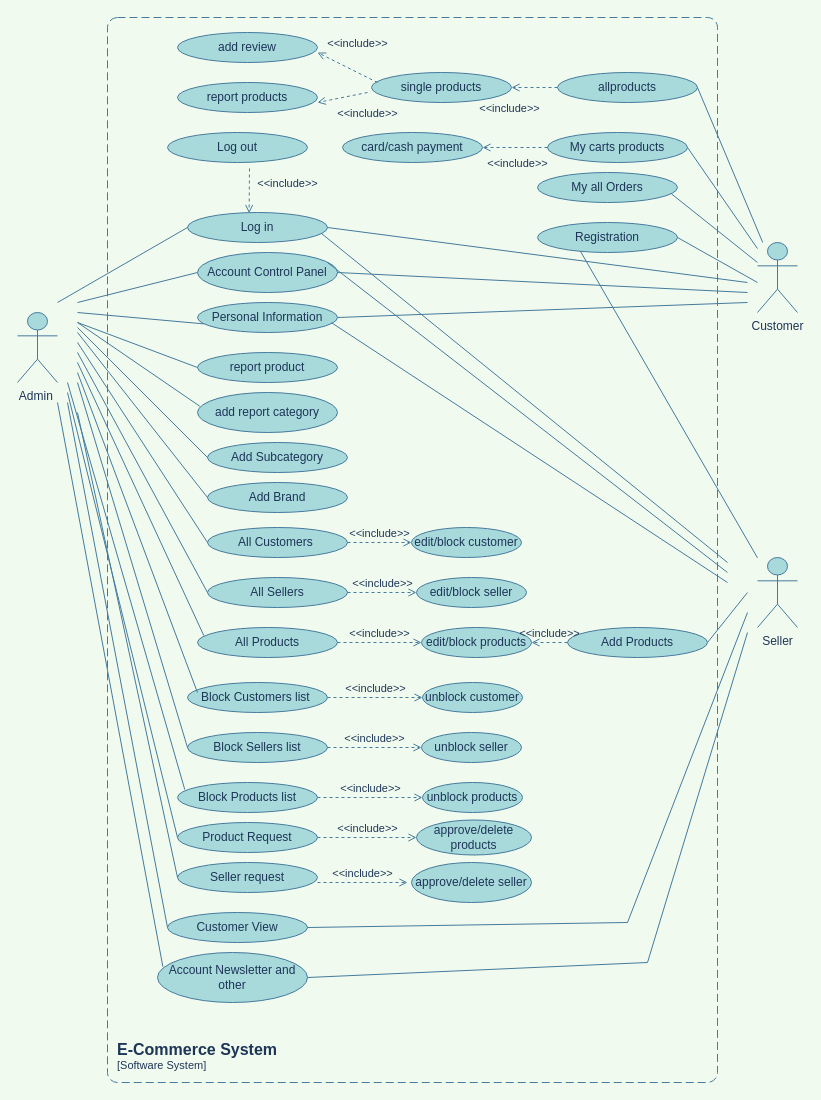
Before: Use Case Diagram.drawio in Nasrinjaha/Click-Collect, a draw.io diagram. Source tidied: cells renumbered, new cells numbered last; positions are measured from the earlier drawing's top-left corner, leaving out a move shared by most shapes. Both pictures are drawn from the tidied source at 100%, with x=0, y=0 at pixel (17, 17).
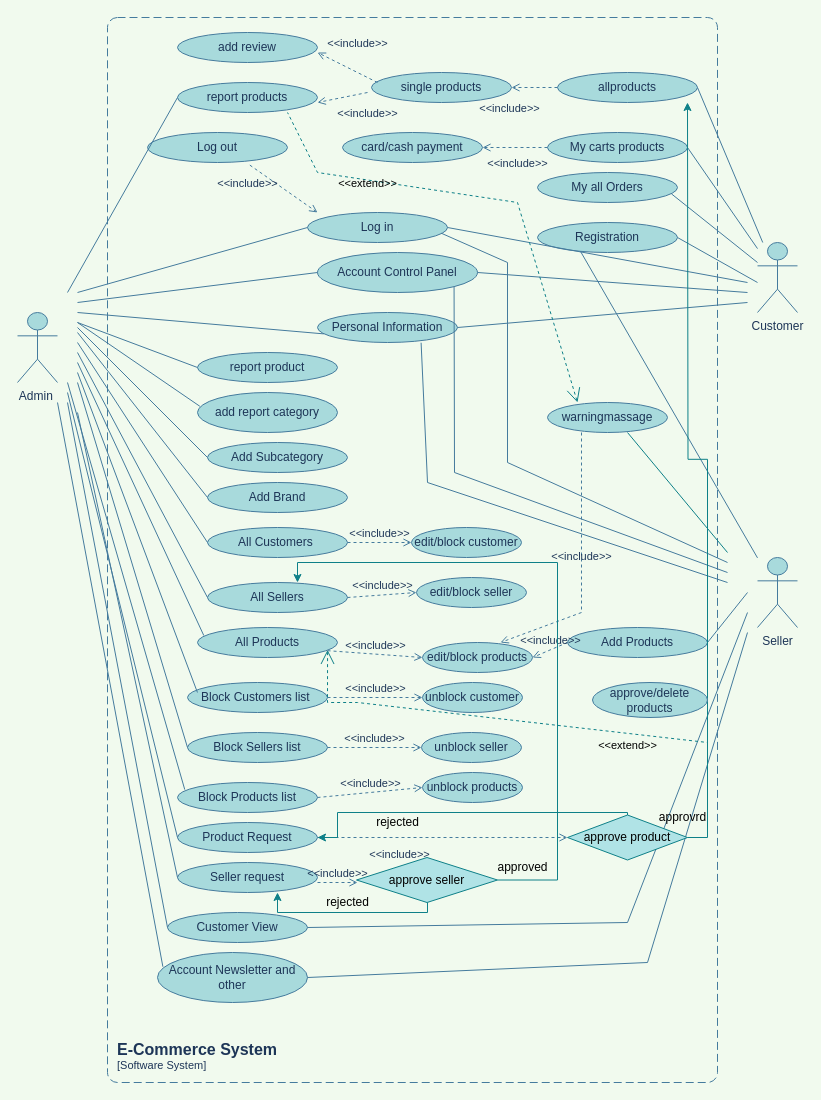
After the change.

The change refers to these unchanged cells:
```xml
<mxCell id="11" value="All Products" style="ellipse;whiteSpace=wrap;html=1;fillColor=#A8DADC;strokeColor=#457B9D;fontColor=#1D3557;" parent="1" vertex="1">
  <mxGeometry x="180" y="610" width="140" height="30" as="geometry" />
</mxCell>
<mxCell id="15" value="Product Request" style="ellipse;whiteSpace=wrap;html=1;fillColor=#A8DADC;strokeColor=#457B9D;fontColor=#1D3557;" parent="1" vertex="1">
  <mxGeometry x="160" y="805" width="140" height="30" as="geometry" />
</mxCell>
<mxCell id="77" value="report products" style="ellipse;whiteSpace=wrap;html=1;fillColor=#A8DADC;strokeColor=#457B9D;fontColor=#1D3557;" parent="1" vertex="1">
  <mxGeometry x="160" y="65" width="140" height="30" as="geometry" />
</mxCell>
```

Change to the diagram source:
```diff
@@
     <mxCell id="5" value="Account Control Panel" style="ellipse;whiteSpace=wrap;html=1;fillColor=#A8DADC;strokeColor=#457B9D;fontColor=#1D3557;" parent="1" vertex="1">
-      <mxGeometry x="180" y="235" width="140" height="40" as="geometry" />
+      <mxGeometry x="300" y="235" width="160" height="40" as="geometry" />
     </mxCell>
     <mxCell id="6" value="Personal Information" style="ellipse;whiteSpace=wrap;html=1;fillColor=#A8DADC;strokeColor=#457B9D;fontColor=#1D3557;" parent="1" vertex="1">
-      <mxGeometry x="180" y="285" width="140" height="30" as="geometry" />
+      <mxGeometry x="300" y="295" width="140" height="30" as="geometry" />
     </mxCell>
@@
     <mxCell id="10" value="All Sellers" style="ellipse;whiteSpace=wrap;html=1;fillColor=#A8DADC;strokeColor=#457B9D;fontColor=#1D3557;" parent="1" vertex="1">
-      <mxGeometry x="190" y="560" width="140" height="30" as="geometry" />
+      <mxGeometry x="190" y="565" width="140" height="30" as="geometry" />
     </mxCell>
@@
     <mxCell id="19" value="Log in" style="ellipse;whiteSpace=wrap;html=1;fillColor=#A8DADC;strokeColor=#457B9D;fontColor=#1D3557;" parent="1" vertex="1">
-      <mxGeometry x="170" y="195" width="140" height="30" as="geometry" />
+      <mxGeometry x="290" y="195" width="140" height="30" as="geometry" />
     </mxCell>
     <mxCell id="20" value="Log out" style="ellipse;whiteSpace=wrap;html=1;fillColor=#A8DADC;strokeColor=#457B9D;fontColor=#1D3557;" parent="1" vertex="1">
-      <mxGeometry x="150" y="115" width="140" height="30" as="geometry" />
+      <mxGeometry x="130" y="115" width="140" height="30" as="geometry" />
     </mxCell>
     <mxCell id="21" style="edgeStyle=none;html=1;endArrow=none;verticalAlign=bottom;rounded=0;entryX=0;entryY=0.5;entryDx=0;entryDy=0;labelBackgroundColor=#F1FAEE;strokeColor=#457B9D;fontColor=#1D3557;" parent="1" edge="1" target="19">
       <mxGeometry relative="1" as="geometry">
-        <mxPoint x="40" y="285" as="sourcePoint" />
+        <mxPoint x="60" y="275" as="sourcePoint" />
       </mxGeometry>
     </mxCell>
@@
     <mxCell id="45" style="edgeStyle=none;html=1;endArrow=none;verticalAlign=bottom;rounded=0;labelBackgroundColor=#F1FAEE;strokeColor=#457B9D;fontColor=#1D3557;exitX=0.954;exitY=0.687;exitDx=0;exitDy=0;exitPerimeter=0;" parent="1" edge="1" source="19">
       <mxGeometry relative="1" as="geometry">
         <mxPoint x="710" y="545" as="targetPoint" />
+        <Array as="points">
+          <mxPoint x="490" y="245" />
+          <mxPoint x="490" y="445" />
+        </Array>
       </mxGeometry>
     </mxCell>
-    <mxCell id="46" value="&amp;lt;&amp;lt;include&amp;gt;&amp;gt;" style="edgeStyle=none;html=1;endArrow=open;verticalAlign=bottom;dashed=1;labelBackgroundColor=none;rounded=0;strokeColor=#457B9D;fontColor=#1D3557;entryX=0.44;entryY=0.02;entryDx=0;entryDy=0;entryPerimeter=0;" parent="1" edge="1" target="19">
-      <mxGeometry x="0.06" y="38" relative="1" as="geometry">
-        <mxPoint x="232" y="151" as="sourcePoint" />
+    <mxCell id="46" value="&amp;lt;&amp;lt;include&amp;gt;&amp;gt;" style="edgeStyle=none;html=1;endArrow=open;verticalAlign=bottom;dashed=1;labelBackgroundColor=none;rounded=0;strokeColor=#457B9D;fontColor=#1D3557;exitX=0.731;exitY=1.087;exitDx=0;exitDy=0;exitPerimeter=0;" parent="1" edge="1" source="20">
+      <mxGeometry x="-0.67" y="-24" relative="1" as="geometry">
+        <mxPoint x="300" y="195" as="targetPoint" />
       </mxGeometry>
     </mxCell>
@@
     <mxCell id="54" value="edit/block products" style="ellipse;whiteSpace=wrap;html=1;fillColor=#A8DADC;strokeColor=#457B9D;fontColor=#1D3557;" parent="1" vertex="1">
-      <mxGeometry x="404" y="610" width="110" height="30" as="geometry" />
+      <mxGeometry x="405" y="625" width="110" height="30" as="geometry" />
     </mxCell>
@@
-    <mxCell id="56" value="&amp;lt;&amp;lt;include&amp;gt;&amp;gt;" style="edgeStyle=none;html=1;endArrow=open;verticalAlign=bottom;dashed=1;labelBackgroundColor=none;rounded=0;entryX=0;entryY=0.5;entryDx=0;entryDy=0;exitX=1;exitY=0.5;exitDx=0;exitDy=0;strokeColor=#457B9D;fontColor=#1D3557;" parent="1" edge="1" source="11" target="54">
+    <mxCell id="56" value="&amp;lt;&amp;lt;include&amp;gt;&amp;gt;" style="edgeStyle=none;html=1;endArrow=open;verticalAlign=bottom;dashed=1;labelBackgroundColor=none;rounded=0;entryX=0;entryY=0.5;entryDx=0;entryDy=0;exitX=0.929;exitY=0.773;exitDx=0;exitDy=0;strokeColor=#457B9D;fontColor=#1D3557;exitPerimeter=0;" parent="1" edge="1" source="11" target="54">
       <mxGeometry relative="1" as="geometry" />
     </mxCell>
     <mxCell id="57" value="unblock products" style="ellipse;whiteSpace=wrap;html=1;fillColor=#A8DADC;strokeColor=#457B9D;fontColor=#1D3557;" parent="1" vertex="1">
-      <mxGeometry x="405" y="765" width="100" height="30" as="geometry" />
+      <mxGeometry x="405" y="755" width="100" height="30" as="geometry" />
     </mxCell>
@@
-    <mxCell id="64" value="approve/delete products" style="ellipse;whiteSpace=wrap;html=1;fillColor=#A8DADC;strokeColor=#457B9D;fontColor=#1D3557;" parent="1" vertex="1">
-      <mxGeometry x="399" y="802.5" width="115" height="35" as="geometry" />
-    </mxCell>
-    <mxCell id="65" value="approve/delete seller" style="ellipse;whiteSpace=wrap;html=1;fillColor=#A8DADC;strokeColor=#457B9D;fontColor=#1D3557;" parent="1" vertex="1">
-      <mxGeometry x="394" y="845" width="120" height="40" as="geometry" />
-    </mxCell>
-    <mxCell id="66" value="&amp;lt;&amp;lt;include&amp;gt;&amp;gt;" style="edgeStyle=none;html=1;endArrow=open;verticalAlign=bottom;dashed=1;labelBackgroundColor=none;rounded=0;entryX=0;entryY=0.5;entryDx=0;entryDy=0;exitX=1;exitY=0.5;exitDx=0;exitDy=0;strokeColor=#457B9D;fontColor=#1D3557;" parent="1" edge="1" source="15" target="64">
-      <mxGeometry relative="1" as="geometry" />
+    <mxCell id="66" value="&amp;lt;&amp;lt;include&amp;gt;&amp;gt;" style="edgeStyle=none;html=1;endArrow=open;verticalAlign=bottom;dashed=1;labelBackgroundColor=none;rounded=0;exitX=1;exitY=0.5;exitDx=0;exitDy=0;strokeColor=#457B9D;fontColor=#1D3557;entryX=0;entryY=0.5;entryDx=0;entryDy=0;" parent="1" edge="1" source="15" target="93">
+      <mxGeometry x="-0.34" y="-26" relative="1" as="geometry" />
     </mxCell>
     <mxCell id="67" value="&amp;lt;&amp;lt;include&amp;gt;&amp;gt;" style="edgeStyle=none;html=1;endArrow=open;verticalAlign=bottom;dashed=1;labelBackgroundColor=none;rounded=0;strokeColor=#457B9D;fontColor=#1D3557;" parent="1" edge="1">
       <mxGeometry relative="1" as="geometry">
         <mxPoint x="300" y="865" as="sourcePoint" />
-        <mxPoint x="390" y="865" as="targetPoint" />
+        <mxPoint x="340" y="865" as="targetPoint" />
       </mxGeometry>
     </mxCell>
@@
-    <mxCell id="83" style="edgeStyle=none;html=1;endArrow=none;verticalAlign=bottom;rounded=0;labelBackgroundColor=#F1FAEE;strokeColor=#457B9D;fontColor=#1D3557;" parent="1" edge="1">
+    <mxCell id="83" style="edgeStyle=none;html=1;endArrow=none;verticalAlign=bottom;rounded=0;labelBackgroundColor=#F1FAEE;strokeColor=#457B9D;fontColor=#1D3557;exitX=0.74;exitY=1.007;exitDx=0;exitDy=0;exitPerimeter=0;" parent="1" edge="1" source="6">
       <mxGeometry relative="1" as="geometry">
-        <mxPoint x="310" y="245" as="sourcePoint" />
-        <mxPoint x="710" y="555" as="targetPoint" />
+        <mxPoint x="710" y="565" as="targetPoint" />
+        <Array as="points">
+          <mxPoint x="410" y="465" />
+        </Array>
       </mxGeometry>
     </mxCell>
@@
-    <mxCell id="85" style="edgeStyle=none;html=1;endArrow=none;verticalAlign=bottom;rounded=0;labelBackgroundColor=#F1FAEE;strokeColor=#457B9D;fontColor=#1D3557;exitX=0.957;exitY=0.673;exitDx=0;exitDy=0;exitPerimeter=0;" parent="1" edge="1" source="6">
+    <mxCell id="85" style="edgeStyle=none;html=1;endArrow=none;verticalAlign=bottom;rounded=0;labelBackgroundColor=#F1FAEE;strokeColor=#457B9D;fontColor=#1D3557;exitX=1;exitY=1;exitDx=0;exitDy=0;" parent="1" edge="1" source="5">
       <mxGeometry relative="1" as="geometry">
-        <mxPoint x="710" y="565" as="targetPoint" />
+        <mxPoint x="710" y="555" as="targetPoint" />
+        <Array as="points">
+          <mxPoint x="437" y="455" />
+        </Array>
       </mxGeometry>
     </mxCell>
+    <mxCell id="86" value="&amp;lt;&amp;lt;extend&amp;gt;&amp;gt;" style="edgeStyle=none;html=1;startArrow=open;endArrow=none;startSize=12;verticalAlign=bottom;dashed=1;labelBackgroundColor=none;rounded=0;fillColor=#b0e3e6;strokeColor=#0e8088;entryX=0.786;entryY=1;entryDx=0;entryDy=0;entryPerimeter=0;" parent="1" edge="1" target="77">
+      <mxGeometry x="0.5" y="12" relative="1" as="geometry">
+        <mxPoint x="560" y="385" as="sourcePoint" />
+        <Array as="points">
+          <mxPoint x="500" y="185" />
+          <mxPoint x="300" y="155" />
+        </Array>
+      </mxGeometry>
+    </mxCell>
+    <mxCell id="87" style="edgeStyle=none;html=1;endArrow=none;verticalAlign=bottom;rounded=0;entryX=0;entryY=0.5;entryDx=0;entryDy=0;labelBackgroundColor=#F1FAEE;strokeColor=#457B9D;fontColor=#1D3557;" parent="1" edge="1" target="77">
+      <mxGeometry relative="1" as="geometry">
+        <mxPoint x="50" y="275" as="sourcePoint" />
+      </mxGeometry>
+    </mxCell>
+    <mxCell id="88" value="warningmassage" style="ellipse;whiteSpace=wrap;html=1;fillColor=#A8DADC;strokeColor=#457B9D;fontColor=#1D3557;" parent="1" vertex="1">
+      <mxGeometry x="530" y="385" width="120" height="30" as="geometry" />
+    </mxCell>
+    <mxCell id="89" style="endArrow=none;html=1;rounded=0;fillColor=#b0e3e6;strokeColor=#0e8088;" parent="1" edge="1">
+      <mxGeometry relative="1" as="geometry">
+        <mxPoint x="610" y="415" as="sourcePoint" />
+        <mxPoint x="710" y="535" as="targetPoint" />
+      </mxGeometry>
+    </mxCell>
+    <mxCell id="90" value="&amp;lt;&amp;lt;include&amp;gt;&amp;gt;" style="edgeStyle=none;html=1;endArrow=open;verticalAlign=bottom;dashed=1;labelBackgroundColor=none;rounded=0;strokeColor=#457B9D;fontColor=#1D3557;entryX=0.709;entryY=0;entryDx=0;entryDy=0;entryPerimeter=0;" parent="1" edge="1" target="54">
+      <mxGeometry relative="1" as="geometry">
+        <mxPoint x="564" y="415" as="sourcePoint" />
+        <Array as="points">
+          <mxPoint x="564" y="595" />
+        </Array>
+      </mxGeometry>
+    </mxCell>
+    <mxCell id="91" style="edgeStyle=orthogonalEdgeStyle;rounded=0;jettySize=auto;html=1;exitX=1;exitY=0.5;exitDx=0;exitDy=0;fillColor=#b0e3e6;strokeColor=#0e8088;" parent="1" edge="1" source="93">
+      <mxGeometry relative="1" as="geometry">
+        <mxPoint x="670" y="85" as="targetPoint" />
+      </mxGeometry>
+    </mxCell>
+    <mxCell id="92" style="edgeStyle=orthogonalEdgeStyle;rounded=0;jettySize=auto;html=1;exitX=0.5;exitY=0;exitDx=0;exitDy=0;entryX=1;entryY=0.5;entryDx=0;entryDy=0;fillColor=#b0e3e6;strokeColor=#0e8088;" parent="1" edge="1" source="93" target="15">
+      <mxGeometry relative="1" as="geometry">
+        <Array as="points">
+          <mxPoint x="320" y="795" />
+          <mxPoint x="320" y="820" />
+        </Array>
+      </mxGeometry>
+    </mxCell>
+    <mxCell id="93" value="approve product" style="rhombus;whiteSpace=wrap;html=1;fillColor=#b0e3e6;strokeColor=#0e8088;" parent="1" vertex="1">
+      <mxGeometry x="550" y="797.5" width="120" height="45" as="geometry" />
+    </mxCell>
+    <mxCell id="64" value="approve/delete products" style="ellipse;whiteSpace=wrap;html=1;fillColor=#A8DADC;strokeColor=#457B9D;fontColor=#1D3557;" parent="1" vertex="1">
+      <mxGeometry x="575" y="665" width="115" height="35" as="geometry" />
+    </mxCell>
+    <mxCell id="94" value="approvrd" style="text;html=1;align=center;verticalAlign=middle;strokeColor=none;fillColor=none;" parent="1" vertex="1">
+      <mxGeometry x="630" y="785" width="70" height="30" as="geometry" />
+    </mxCell>
+    <mxCell id="95" value="rejected&lt;br&gt;" style="text;html=1;align=center;verticalAlign=middle;strokeColor=none;fillColor=none;" parent="1" vertex="1">
+      <mxGeometry x="345" y="790" width="70" height="30" as="geometry" />
+    </mxCell>
+    <mxCell id="96" style="edgeStyle=orthogonalEdgeStyle;rounded=0;jettySize=auto;html=1;exitX=1;exitY=0.5;exitDx=0;exitDy=0;fillColor=#b0e3e6;strokeColor=#0e8088;" parent="1" edge="1" source="98">
+      <mxGeometry relative="1" as="geometry">
+        <mxPoint x="280" y="565" as="targetPoint" />
+        <Array as="points">
+          <mxPoint x="540" y="863" />
+          <mxPoint x="540" y="545" />
+          <mxPoint x="280" y="545" />
+        </Array>
+      </mxGeometry>
+    </mxCell>
+    <mxCell id="97" style="edgeStyle=orthogonalEdgeStyle;rounded=0;orthogonalLoop=1;jettySize=auto;html=1;fillColor=#b0e3e6;strokeColor=#0e8088;" parent="1" edge="1">
+      <mxGeometry relative="1" as="geometry">
+        <mxPoint x="410" y="885" as="sourcePoint" />
+        <mxPoint x="260" y="875" as="targetPoint" />
+        <Array as="points">
+          <mxPoint x="410" y="895" />
+          <mxPoint x="260" y="895" />
+        </Array>
+      </mxGeometry>
+    </mxCell>
+    <mxCell id="98" value="approve seller" style="rhombus;whiteSpace=wrap;html=1;fillColor=#b0e3e6;strokeColor=#0e8088;" parent="1" vertex="1">
+      <mxGeometry x="339" y="840" width="141" height="45" as="geometry" />
+    </mxCell>
+    <mxCell id="99" value="approved" style="text;html=1;align=center;verticalAlign=middle;strokeColor=none;fillColor=none;" parent="1" vertex="1">
+      <mxGeometry x="470" y="835" width="70" height="30" as="geometry" />
+    </mxCell>
+    <mxCell id="100" value="rejected" style="text;html=1;align=center;verticalAlign=middle;strokeColor=none;fillColor=none;" parent="1" vertex="1">
+      <mxGeometry x="295" y="870" width="70" height="30" as="geometry" />
+    </mxCell>
+    <mxCell id="101" value="&amp;lt;&amp;lt;extend&amp;gt;&amp;gt;" style="edgeStyle=none;html=1;startArrow=open;endArrow=none;startSize=12;verticalAlign=bottom;dashed=1;labelBackgroundColor=none;rounded=0;exitX=0.929;exitY=0.747;exitDx=0;exitDy=0;exitPerimeter=0;fillColor=#b0e3e6;strokeColor=#0e8088;" parent="1" edge="1" source="11">
+      <mxGeometry x="0.64" y="-21" relative="1" as="geometry">
+        <mxPoint x="690" y="725" as="targetPoint" />
+        <Array as="points">
+          <mxPoint x="310" y="685" />
+          <mxPoint x="340" y="685" />
+        </Array>
+      </mxGeometry>
+    </mxCell>
```
